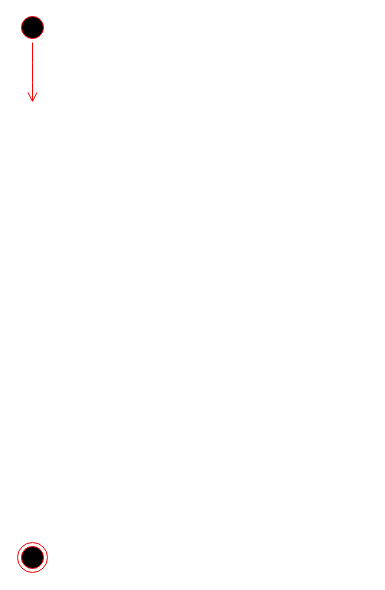
Before: PSI_activity_diagram.drawio in vortex200/tutor-finder-files, a draw.io diagram. Source tidied: cells renumbered, new cells numbered last; positions are measured from the earlier drawing's top-left corner, leaving out a move shared by most shapes. Both pictures are drawn from the tidied source at 100%, with x=0, y=0 at pixel (17, 12).
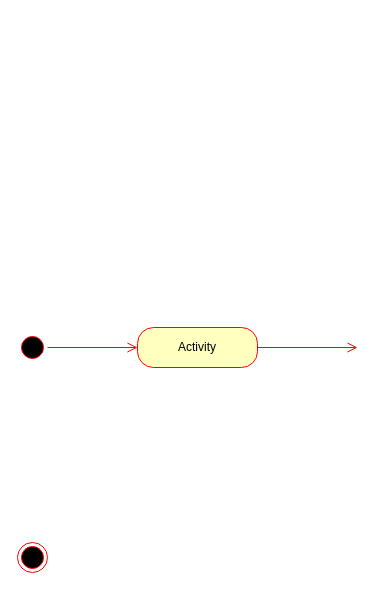
The same diagram, later.

What changed in the source:
```diff
@@
 <mxGraphModel>
   <root>
     <mxCell id="0" />
     <mxCell id="1" parent="0" />
-    <mxCell id="2" style="ellipse;html=1;shape=startState;fillColor=#000000;strokeColor=#ff0000;" parent="1" vertex="1">
-      <mxGeometry width="30" height="30" as="geometry" />
-    </mxCell>
-    <mxCell id="3" style="edgeStyle=orthogonalEdgeStyle;html=1;verticalAlign=bottom;endArrow=open;endSize=8;strokeColor=#ff0000;" parent="1" edge="1" source="2">
-      <mxGeometry relative="1" as="geometry">
-        <mxPoint x="15" y="90" as="targetPoint" />
-      </mxGeometry>
-    </mxCell>
     <mxCell id="4" style="ellipse;html=1;shape=endState;fillColor=#000000;strokeColor=#ff0000;" parent="1" vertex="1">
       <mxGeometry y="530" width="30" height="30" as="geometry" />
     </mxCell>
+    <mxCell id="5" style="ellipse;html=1;shape=startState;fillColor=#000000;strokeColor=#ff0000;" parent="1" vertex="1">
+      <mxGeometry y="320" width="30" height="30" as="geometry" />
+    </mxCell>
+    <mxCell id="6" style="edgeStyle=orthogonalEdgeStyle;html=1;verticalAlign=bottom;endArrow=open;endSize=8;strokeColor=#ff0000;" parent="1" edge="1" source="5" target="7">
+      <mxGeometry relative="1" as="geometry" />
+    </mxCell>
+    <mxCell id="7" value="Activity" style="rounded=1;whiteSpace=wrap;html=1;arcSize=40;fontColor=#000000;fillColor=#ffffc0;strokeColor=#ff0000;" parent="1" vertex="1">
+      <mxGeometry x="120" y="315" width="120" height="40" as="geometry" />
+    </mxCell>
+    <mxCell id="8" style="edgeStyle=orthogonalEdgeStyle;html=1;verticalAlign=bottom;endArrow=open;endSize=8;strokeColor=#ff0000;" parent="1" edge="1" source="7">
+      <mxGeometry relative="1" as="geometry">
+        <mxPoint x="340" y="335" as="targetPoint" />
+        <Array as="points">
+          <mxPoint x="340" y="335" />
+        </Array>
+      </mxGeometry>
+    </mxCell>
   </root>
 </mxGraphModel>
```
